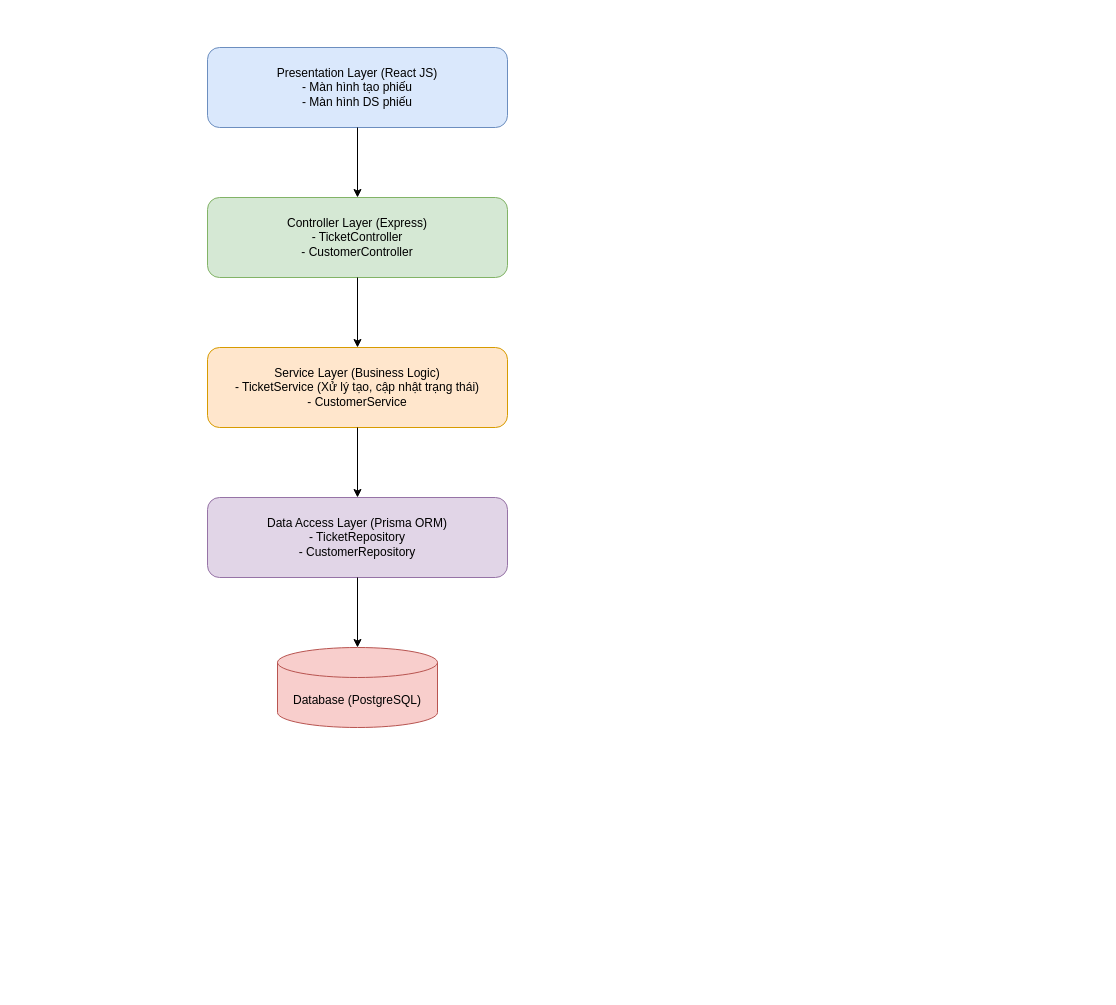
Before: docs/architecture.drawio in Khoidep-zai/cdtn1-NguyenBaAnhKhoi-l2, a draw.io diagram. Source tidied: cells renumbered, new cells numbered last; positions are measured from the earlier drawing's top-left corner, leaving out a move shared by most shapes. Both pictures are drawn from the tidied source at 100%, with x=0, y=0 at pixel (207, 47).
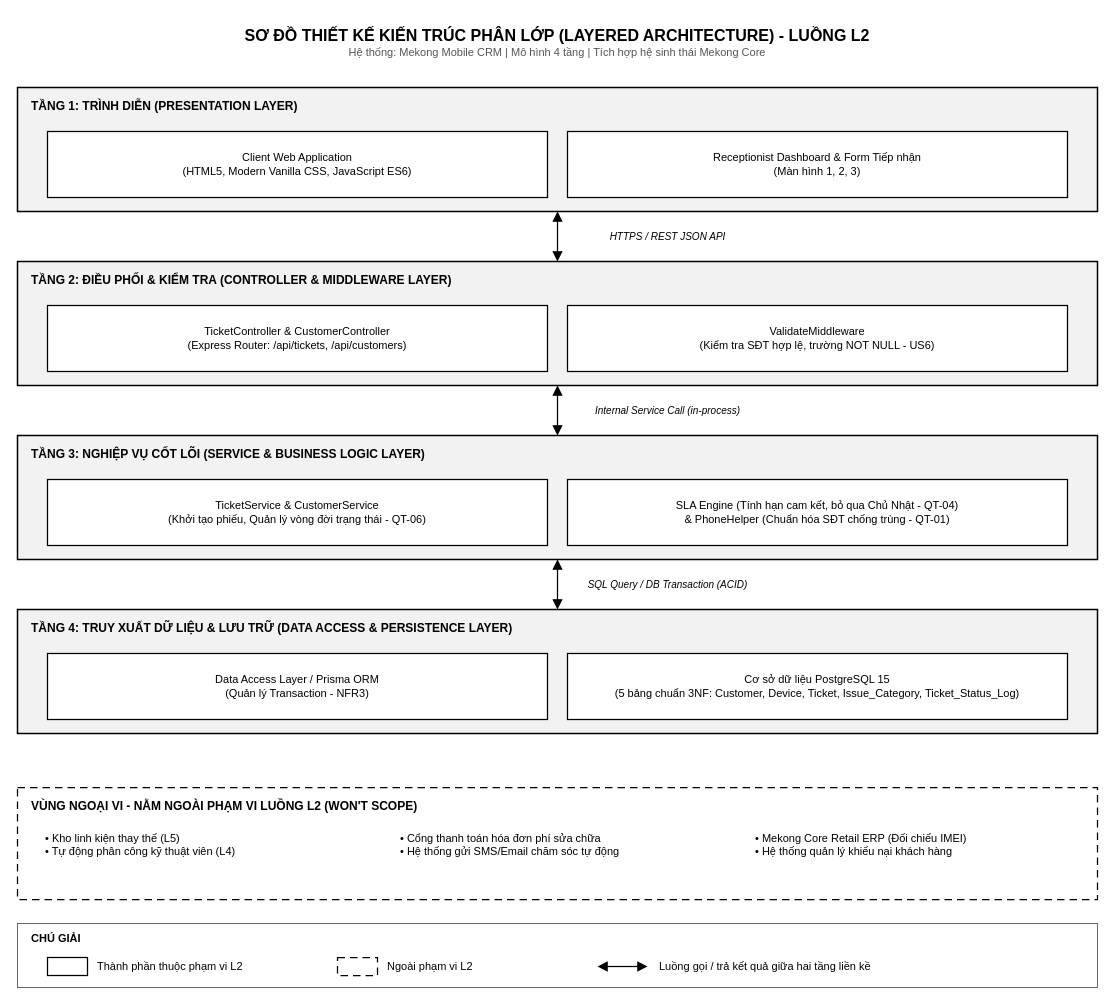
After the change.

Change to the diagram source:
```diff
@@
-<mxGraphModel>
+<mxGraphModel background="#FFFFFF">
@@
-    <mxCell id="2" value="Presentation Layer (React JS)&#10;- Màn hình tạo phiếu&#10;- Màn hình DS phiếu" style="rounded=1;whiteSpace=wrap;html=1;fillColor=#dae8fc;strokeColor=#6c8ebf;" parent="1" vertex="1">
-      <mxGeometry width="300" height="80" as="geometry" />
-    </mxCell>
-    <mxCell id="3" value="Controller Layer (Express)&#10;- TicketController&#10;- CustomerController" style="rounded=1;whiteSpace=wrap;html=1;fillColor=#d5e8d4;strokeColor=#82b366;" parent="1" vertex="1">
-      <mxGeometry y="150" width="300" height="80" as="geometry" />
-    </mxCell>
-    <mxCell id="4" value="Service Layer (Business Logic)&#10;- TicketService (Xử lý tạo, cập nhật trạng thái)&#10;- CustomerService" style="rounded=1;whiteSpace=wrap;html=1;fillColor=#ffe6cc;strokeColor=#d79b00;" parent="1" vertex="1">
-      <mxGeometry y="300" width="300" height="80" as="geometry" />
-    </mxCell>
-    <mxCell id="5" value="Data Access Layer (Prisma ORM)&#10;- TicketRepository&#10;- CustomerRepository" style="rounded=1;whiteSpace=wrap;html=1;fillColor=#e1d5e7;strokeColor=#9673a6;" parent="1" vertex="1">
-      <mxGeometry y="450" width="300" height="80" as="geometry" />
-    </mxCell>
-    <mxCell id="6" value="Database (PostgreSQL)" style="shape=cylinder3;whiteSpace=wrap;html=1;boundedLbl=1;backgroundOutline=1;size=15;fillColor=#f8cecc;strokeColor=#b85450;" parent="1" vertex="1">
-      <mxGeometry x="70" y="600" width="160" height="80" as="geometry" />
-    </mxCell>
-    <mxCell id="7" style="edgeStyle=orthogonalEdgeStyle;rounded=0;html=1;entryX=0.5;entryY=0;entryDx=0;entryDy=0;" parent="1" edge="1" source="2" target="3">
-      <mxGeometry relative="1" as="geometry" />
-    </mxCell>
-    <mxCell id="8" style="edgeStyle=orthogonalEdgeStyle;rounded=0;html=1;entryX=0.5;entryY=0;entryDx=0;entryDy=0;" parent="1" edge="1" source="3" target="4">
-      <mxGeometry relative="1" as="geometry" />
-    </mxCell>
-    <mxCell id="9" style="edgeStyle=orthogonalEdgeStyle;rounded=0;html=1;entryX=0.5;entryY=0;entryDx=0;entryDy=0;" parent="1" edge="1" source="4" target="5">
-      <mxGeometry relative="1" as="geometry" />
-    </mxCell>
-    <mxCell id="10" style="edgeStyle=orthogonalEdgeStyle;rounded=0;html=1;entryX=0.5;entryY=0;entryDx=0;entryDy=0;entryPerimeter=0;" parent="1" edge="1" source="5" target="6">
-      <mxGeometry relative="1" as="geometry" />
-    </mxCell>
+    <mxCell id="11" value="&lt;b style=&quot;font-size:16px&quot;&gt;SƠ ĐỒ THIẾT KẾ KIẾN TRÚC PHÂN LỚP (LAYERED ARCHITECTURE) - LUỒNG L2&lt;/b&gt;&lt;br&gt;&lt;font style=&quot;font-size:11px&quot; color=&quot;#555555&quot;&gt;Hệ thống: Mekong Mobile CRM | Mô hình 4 tầng | Tích hợp hệ sinh thái Mekong Core&lt;/font&gt;" style="text;html=1;align=center;verticalAlign=middle;whiteSpace=wrap;fontColor=#000000;" parent="1" vertex="1">
+      <mxGeometry x="-190" y="-30" width="1080" height="50" as="geometry" />
+    </mxCell>
+    <mxCell id="12" style="rounded=0;html=1;fillColor=#F2F2F2;strokeColor=#000000;strokeWidth=1.5;" parent="1" vertex="1">
+      <mxGeometry x="-190" y="40" width="1080" height="124" as="geometry" />
+    </mxCell>
+    <mxCell id="13" value="&lt;b&gt;TẦNG 1: TRÌNH DIỄN (PRESENTATION LAYER)&lt;/b&gt;" style="text;html=1;whiteSpace=wrap;verticalAlign=middle;fontColor=#000000;fontSize=11;align=left;fontSize=12;" parent="12" vertex="1">
+      <mxGeometry x="12" y="6" width="1000" height="26" as="geometry" />
+    </mxCell>
+    <mxCell id="14" value="Client Web Application&lt;br&gt;(HTML5, Modern Vanilla CSS, JavaScript ES6)" style="rounded=0;html=1;whiteSpace=wrap;fillColor=#FFFFFF;strokeColor=#000000;strokeWidth=1.25;fontColor=#000000;fontSize=11;" parent="12" vertex="1">
+      <mxGeometry x="30" y="44" width="500" height="66" as="geometry" />
+    </mxCell>
+    <mxCell id="15" value="Receptionist Dashboard &amp;amp; Form Tiếp nhận&lt;br&gt;(Màn hình 1, 2, 3)" style="rounded=0;html=1;whiteSpace=wrap;fillColor=#FFFFFF;strokeColor=#000000;strokeWidth=1.25;fontColor=#000000;fontSize=11;" parent="12" vertex="1">
+      <mxGeometry x="550" y="44" width="500" height="66" as="geometry" />
+    </mxCell>
+    <mxCell id="16" style="rounded=0;html=1;fillColor=#F2F2F2;strokeColor=#000000;strokeWidth=1.5;" parent="1" vertex="1">
+      <mxGeometry x="-190" y="214" width="1080" height="124" as="geometry" />
+    </mxCell>
+    <mxCell id="17" value="&lt;b&gt;TẦNG 2: ĐIỀU PHỐI &amp;amp; KIỂM TRA (CONTROLLER &amp;amp; MIDDLEWARE LAYER)&lt;/b&gt;" style="text;html=1;whiteSpace=wrap;verticalAlign=middle;fontColor=#000000;fontSize=11;align=left;fontSize=12;" parent="16" vertex="1">
+      <mxGeometry x="12" y="6" width="1000" height="26" as="geometry" />
+    </mxCell>
+    <mxCell id="18" value="TicketController &amp;amp; CustomerController&lt;br&gt;(Express Router: /api/tickets, /api/customers)" style="rounded=0;html=1;whiteSpace=wrap;fillColor=#FFFFFF;strokeColor=#000000;strokeWidth=1.25;fontColor=#000000;fontSize=11;" parent="16" vertex="1">
+      <mxGeometry x="30" y="44" width="500" height="66" as="geometry" />
+    </mxCell>
+    <mxCell id="19" value="ValidateMiddleware&lt;br&gt;(Kiểm tra SĐT hợp lệ, trường NOT NULL - US6)" style="rounded=0;html=1;whiteSpace=wrap;fillColor=#FFFFFF;strokeColor=#000000;strokeWidth=1.25;fontColor=#000000;fontSize=11;" parent="16" vertex="1">
+      <mxGeometry x="550" y="44" width="500" height="66" as="geometry" />
+    </mxCell>
+    <mxCell id="20" style="rounded=0;html=1;fillColor=#F2F2F2;strokeColor=#000000;strokeWidth=1.5;" parent="1" vertex="1">
+      <mxGeometry x="-190" y="388" width="1080" height="124" as="geometry" />
+    </mxCell>
+    <mxCell id="21" value="&lt;b&gt;TẦNG 3: NGHIỆP VỤ CỐT LÕI (SERVICE &amp;amp; BUSINESS LOGIC LAYER)&lt;/b&gt;" style="text;html=1;whiteSpace=wrap;verticalAlign=middle;fontColor=#000000;fontSize=11;align=left;fontSize=12;" parent="20" vertex="1">
+      <mxGeometry x="12" y="6" width="1000" height="26" as="geometry" />
+    </mxCell>
+    <mxCell id="22" value="TicketService &amp;amp; CustomerService&lt;br&gt;(Khởi tạo phiếu, Quản lý vòng đời trạng thái - QT-06)" style="rounded=0;html=1;whiteSpace=wrap;fillColor=#FFFFFF;strokeColor=#000000;strokeWidth=1.25;fontColor=#000000;fontSize=11;" parent="20" vertex="1">
+      <mxGeometry x="30" y="44" width="500" height="66" as="geometry" />
+    </mxCell>
+    <mxCell id="23" value="SLA Engine (Tính hạn cam kết, bỏ qua Chủ Nhật - QT-04)&lt;br&gt;&amp;amp; PhoneHelper (Chuẩn hóa SĐT chống trùng - QT-01)" style="rounded=0;html=1;whiteSpace=wrap;fillColor=#FFFFFF;strokeColor=#000000;strokeWidth=1.25;fontColor=#000000;fontSize=11;" parent="20" vertex="1">
+      <mxGeometry x="550" y="44" width="500" height="66" as="geometry" />
+    </mxCell>
+    <mxCell id="24" style="rounded=0;html=1;fillColor=#F2F2F2;strokeColor=#000000;strokeWidth=1.5;" parent="1" vertex="1">
+      <mxGeometry x="-190" y="562" width="1080" height="124" as="geometry" />
+    </mxCell>
+    <mxCell id="25" value="&lt;b&gt;TẦNG 4: TRUY XUẤT DỮ LIỆU &amp;amp; LƯU TRỮ (DATA ACCESS &amp;amp; PERSISTENCE LAYER)&lt;/b&gt;" style="text;html=1;whiteSpace=wrap;verticalAlign=middle;fontColor=#000000;fontSize=11;align=left;fontSize=12;" parent="24" vertex="1">
+      <mxGeometry x="12" y="6" width="1000" height="26" as="geometry" />
+    </mxCell>
+    <mxCell id="26" value="Data Access Layer / Prisma ORM&lt;br&gt;(Quản lý Transaction - NFR3)" style="rounded=0;html=1;whiteSpace=wrap;fillColor=#FFFFFF;strokeColor=#000000;strokeWidth=1.25;fontColor=#000000;fontSize=11;" parent="24" vertex="1">
+      <mxGeometry x="30" y="44" width="500" height="66" as="geometry" />
+    </mxCell>
+    <mxCell id="27" value="Cơ sở dữ liệu PostgreSQL 15&lt;br&gt;(5 bảng chuẩn 3NF: Customer, Device, Ticket, Issue_Category, Ticket_Status_Log)" style="rounded=0;html=1;whiteSpace=wrap;fillColor=#FFFFFF;strokeColor=#000000;strokeWidth=1.25;fontColor=#000000;fontSize=11;" parent="24" vertex="1">
+      <mxGeometry x="550" y="44" width="500" height="66" as="geometry" />
+    </mxCell>
+    <mxCell id="28" value="HTTPS / REST JSON API" style="edgeStyle=none;html=1;rounded=0;startArrow=block;startFill=1;endArrow=block;endFill=1;startSize=7;endSize=7;strokeColor=#000000;strokeWidth=1.25;fontSize=10;fontStyle=2;fontColor=#000000;labelBackgroundColor=#FFFFFF;exitX=0.5;exitY=1;exitDx=0;exitDy=0;entryX=0.5;entryY=0;entryDx=0;entryDy=0;" parent="1" edge="1" source="12" target="16">
+      <mxGeometry relative="1" as="geometry">
+        <mxPoint x="110" as="offset" />
+      </mxGeometry>
+    </mxCell>
+    <mxCell id="29" value="Internal Service Call (in-process)" style="edgeStyle=none;html=1;rounded=0;startArrow=block;startFill=1;endArrow=block;endFill=1;startSize=7;endSize=7;strokeColor=#000000;strokeWidth=1.25;fontSize=10;fontStyle=2;fontColor=#000000;labelBackgroundColor=#FFFFFF;exitX=0.5;exitY=1;exitDx=0;exitDy=0;entryX=0.5;entryY=0;entryDx=0;entryDy=0;" parent="1" edge="1" source="16" target="20">
+      <mxGeometry relative="1" as="geometry">
+        <mxPoint x="110" as="offset" />
+      </mxGeometry>
+    </mxCell>
+    <mxCell id="30" value="SQL Query / DB Transaction (ACID)" style="edgeStyle=none;html=1;rounded=0;startArrow=block;startFill=1;endArrow=block;endFill=1;startSize=7;endSize=7;strokeColor=#000000;strokeWidth=1.25;fontSize=10;fontStyle=2;fontColor=#000000;labelBackgroundColor=#FFFFFF;exitX=0.5;exitY=1;exitDx=0;exitDy=0;entryX=0.5;entryY=0;entryDx=0;entryDy=0;" parent="1" edge="1" source="20" target="24">
+      <mxGeometry relative="1" as="geometry">
+        <mxPoint x="110" as="offset" />
+      </mxGeometry>
+    </mxCell>
+    <mxCell id="31" style="rounded=0;html=1;fillColor=#FFFFFF;strokeColor=#000000;strokeWidth=1.25;dashed=1;dashPattern=6 4;" parent="1" vertex="1">
+      <mxGeometry x="-190" y="740" width="1080" height="112" as="geometry" />
+    </mxCell>
+    <mxCell id="32" value="&lt;b&gt;VÙNG NGOẠI VI - NẰM NGOÀI PHẠM VI LUỒNG L2 (WON'T SCOPE)&lt;/b&gt;" style="text;html=1;whiteSpace=wrap;verticalAlign=middle;fontColor=#000000;fontSize=11;align=left;fontSize=12;" parent="1" vertex="1">
+      <mxGeometry x="-178" y="746" width="1000" height="26" as="geometry" />
+    </mxCell>
+    <mxCell id="33" value="• Kho linh kiện thay thế (L5)&lt;br&gt;• Tự động phân công kỹ thuật viên (L4)" style="text;html=1;whiteSpace=wrap;verticalAlign=middle;fontColor=#000000;fontSize=11;align=left;verticalAlign=top;" parent="1" vertex="1">
+      <mxGeometry x="-164" y="778" width="340" height="60" as="geometry" />
+    </mxCell>
+    <mxCell id="34" value="• Cổng thanh toán hóa đơn phí sửa chữa&lt;br&gt;• Hệ thống gửi SMS/Email chăm sóc tự động" style="text;html=1;whiteSpace=wrap;verticalAlign=middle;fontColor=#000000;fontSize=11;align=left;verticalAlign=top;" parent="1" vertex="1">
+      <mxGeometry x="191" y="778" width="340" height="60" as="geometry" />
+    </mxCell>
+    <mxCell id="35" value="• Mekong Core Retail ERP (Đối chiếu IMEI)&lt;br&gt;• Hệ thống quản lý khiếu nại khách hàng" style="text;html=1;whiteSpace=wrap;verticalAlign=middle;fontColor=#000000;fontSize=11;align=left;verticalAlign=top;" parent="1" vertex="1">
+      <mxGeometry x="546" y="778" width="340" height="60" as="geometry" />
+    </mxCell>
+    <mxCell id="36" style="rounded=0;html=1;fillColor=#FFFFFF;strokeColor=#666666;strokeWidth=1;" parent="1" vertex="1">
+      <mxGeometry x="-190" y="876" width="1080" height="64" as="geometry" />
+    </mxCell>
+    <mxCell id="37" value="&lt;b&gt;CHÚ GIẢI&lt;/b&gt;" style="text;html=1;whiteSpace=wrap;verticalAlign=middle;fontColor=#000000;fontSize=11;align=left;" parent="1" vertex="1">
+      <mxGeometry x="-178" y="880" width="100" height="22" as="geometry" />
+    </mxCell>
+    <mxCell id="38" style="rounded=0;html=1;whiteSpace=wrap;fillColor=#FFFFFF;strokeColor=#000000;strokeWidth=1.25;fontColor=#000000;fontSize=11;" parent="1" vertex="1">
+      <mxGeometry x="-160" y="910" width="40" height="18" as="geometry" />
+    </mxCell>
+    <mxCell id="39" value="Thành phần thuộc phạm vi L2" style="text;html=1;whiteSpace=wrap;verticalAlign=middle;fontColor=#000000;fontSize=11;align=left;" parent="1" vertex="1">
+      <mxGeometry x="-112" y="908" width="200" height="22" as="geometry" />
+    </mxCell>
+    <mxCell id="40" style="rounded=0;html=1;fillColor=#FFFFFF;strokeColor=#000000;strokeWidth=1.25;dashed=1;dashPattern=6 4;" parent="1" vertex="1">
+      <mxGeometry x="130" y="910" width="40" height="18" as="geometry" />
+    </mxCell>
+    <mxCell id="41" value="Ngoài phạm vi L2" style="text;html=1;whiteSpace=wrap;verticalAlign=middle;fontColor=#000000;fontSize=11;align=left;" parent="1" vertex="1">
+      <mxGeometry x="178" y="908" width="160" height="22" as="geometry" />
+    </mxCell>
+    <mxCell id="42" style="edgeStyle=none;html=1;startArrow=block;startFill=1;endArrow=block;endFill=1;startSize=7;endSize=7;strokeColor=#000000;strokeWidth=1.25;" parent="1" edge="1">
+      <mxGeometry relative="1" as="geometry">
+        <mxPoint x="390" y="919" as="sourcePoint" />
+        <mxPoint x="440" y="919" as="targetPoint" />
+      </mxGeometry>
+    </mxCell>
+    <mxCell id="43" value="Luồng gọi / trả kết quả giữa hai tầng liền kề" style="text;html=1;whiteSpace=wrap;verticalAlign=middle;fontColor=#000000;fontSize=11;align=left;" parent="1" vertex="1">
+      <mxGeometry x="450" y="908" width="420" height="22" as="geometry" />
+    </mxCell>
```
